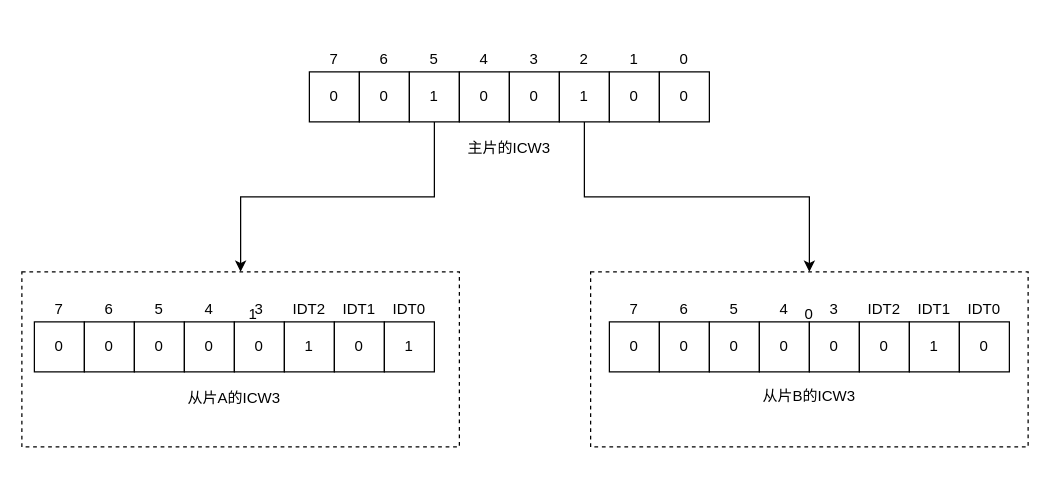
This is page "ICW3寄存器设置" (2 of 2) of Untitled Diagram.drawio from biizheng/buildos, a draw.io file, before an edit. Source tidied: cells renumbered, new cells numbered last; positions are measured from the earlier drawing's top-left corner, leaving out a move shared by most shapes. Both pictures are drawn from the tidied source at 125%, with x=0, y=0 at pixel (21, 46).
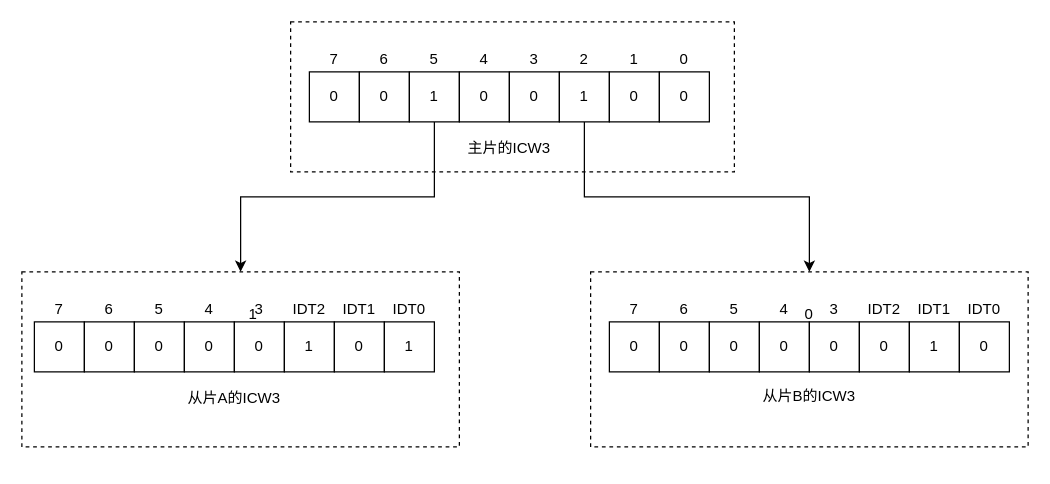
After the change.

What changed in the source:
```diff
@@
+    <mxCell id="62" style="whiteSpace=wrap;html=1;dashed=1;" parent="1" vertex="1">
+      <mxGeometry x="215" y="-20" width="355" height="120" as="geometry" />
+    </mxCell>
```
